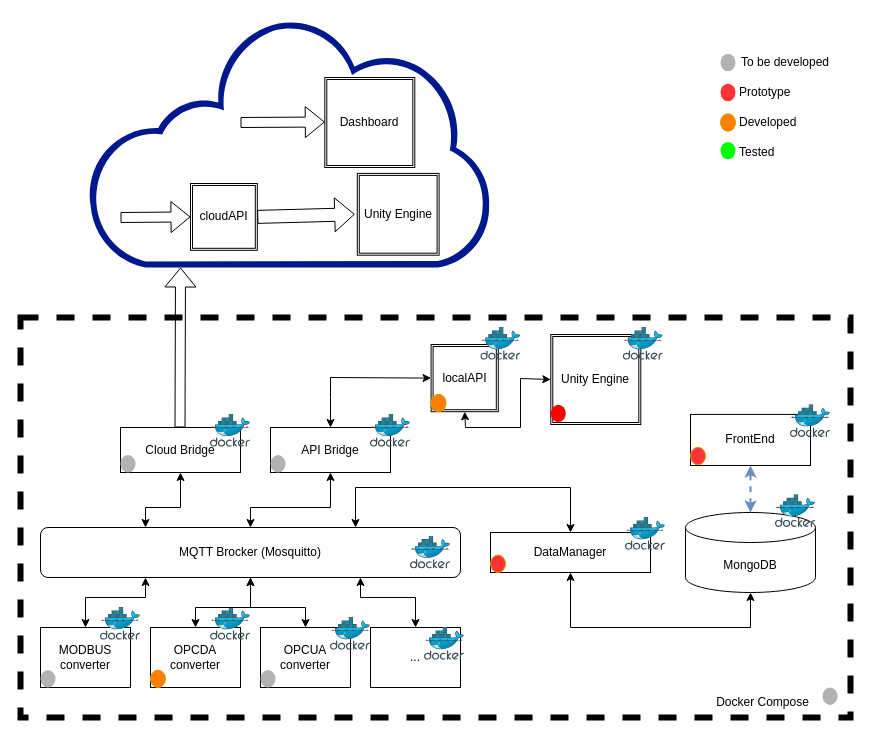
This is Arch_Design.drawio from LuisCMoreira/TwinPaca_Community, a draw.io file, before an edit. Source tidied: cells renumbered, new cells numbered last; positions are measured from the earlier drawing's top-left corner, leaving out a move shared by most shapes. Both pictures are drawn from the tidied source at 100%, with x=0, y=0 at pixel (20, 17).
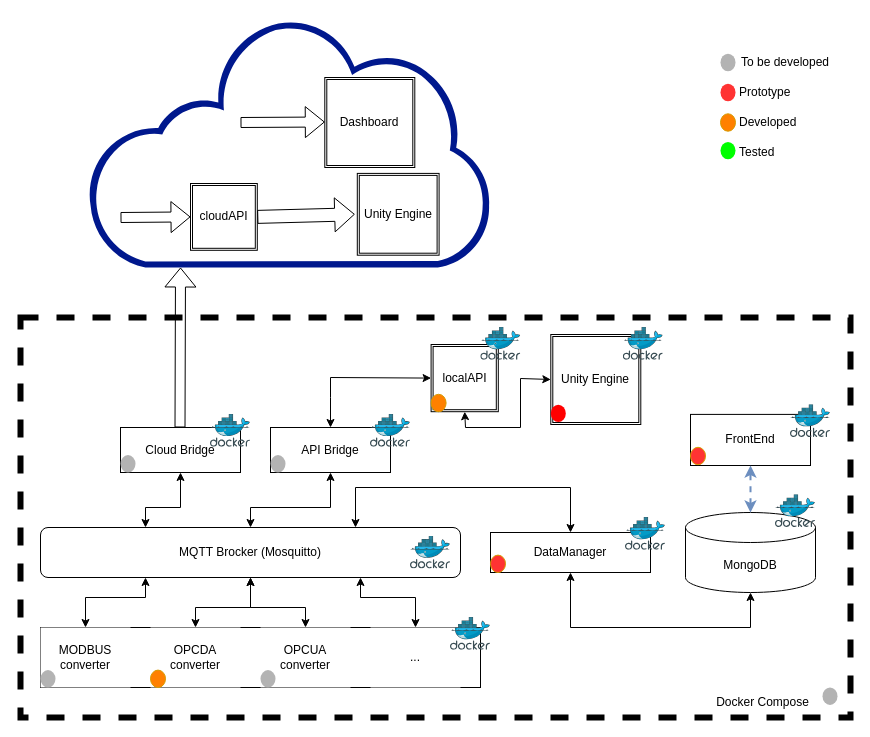
The same diagram, later.

Diff of the diagram source:
```diff
@@
+    <mxCell id="65" style="rounded=0;whiteSpace=wrap;html=1;strokeColor=default;" parent="1" vertex="1">
+      <mxGeometry x="20" y="610" width="440" height="60" as="geometry" />
+    </mxCell>
-    <mxCell id="3" value="OPCDA converter" style="rounded=0;whiteSpace=wrap;html=1;" parent="1" vertex="1">
+    <mxCell id="3" value="OPCDA converter" style="rounded=0;whiteSpace=wrap;html=1;strokeColor=none;" parent="1" vertex="1">
       <mxGeometry x="130" y="610" width="90" height="60" as="geometry" />
     </mxCell>
@@
-    <mxCell id="5" value="MODBUS converter" style="rounded=0;whiteSpace=wrap;html=1;" parent="1" vertex="1">
+    <mxCell id="5" value="MODBUS converter" style="rounded=0;whiteSpace=wrap;html=1;strokeColor=none;" parent="1" vertex="1">
       <mxGeometry x="20" y="610" width="90" height="60" as="geometry" />
     </mxCell>
-    <mxCell id="6" value="OPCUA converter" style="rounded=0;whiteSpace=wrap;html=1;" parent="1" vertex="1">
+    <mxCell id="6" value="OPCUA converter" style="rounded=0;whiteSpace=wrap;html=1;strokeColor=none;" parent="1" vertex="1">
       <mxGeometry x="240" y="610" width="90" height="60" as="geometry" />
     </mxCell>
-    <mxCell id="7" value="..." style="rounded=0;whiteSpace=wrap;html=1;" parent="1" vertex="1">
+    <mxCell id="7" value="..." style="rounded=0;whiteSpace=wrap;html=1;strokeColor=none;" parent="1" vertex="1">
       <mxGeometry x="350" y="610" width="90" height="60" as="geometry" />
     </mxCell>
@@
-    <mxCell id="11" style="image;sketch=0;html=1;align=center;fontSize=12;image=img/lib/mscae/Docker.svg;" parent="1" vertex="1">
-      <mxGeometry x="190" y="590" width="40" height="32.8" as="geometry" />
-    </mxCell>
@@
-    <mxCell id="13" style="image;sketch=0;html=1;align=center;fontSize=12;image=img/lib/mscae/Docker.svg;" parent="1" vertex="1">
-      <mxGeometry x="404" y="610" width="40" height="32.8" as="geometry" />
-    </mxCell>
-    <mxCell id="14" style="image;sketch=0;html=1;align=center;fontSize=12;image=img/lib/mscae/Docker.svg;" parent="1" vertex="1">
-      <mxGeometry x="310" y="600" width="40" height="32.8" as="geometry" />
-    </mxCell>
-    <mxCell id="15" style="image;sketch=0;html=1;align=center;fontSize=12;image=img/lib/mscae/Docker.svg;" parent="1" vertex="1">
-      <mxGeometry x="80" y="590" width="40" height="32.8" as="geometry" />
-    </mxCell>
@@
+    <mxCell id="13" style="image;sketch=0;html=1;align=center;fontSize=12;image=img/lib/mscae/Docker.svg;" parent="1" vertex="1">
+      <mxGeometry x="430" y="600" width="40" height="32.8" as="geometry" />
+    </mxCell>
```
